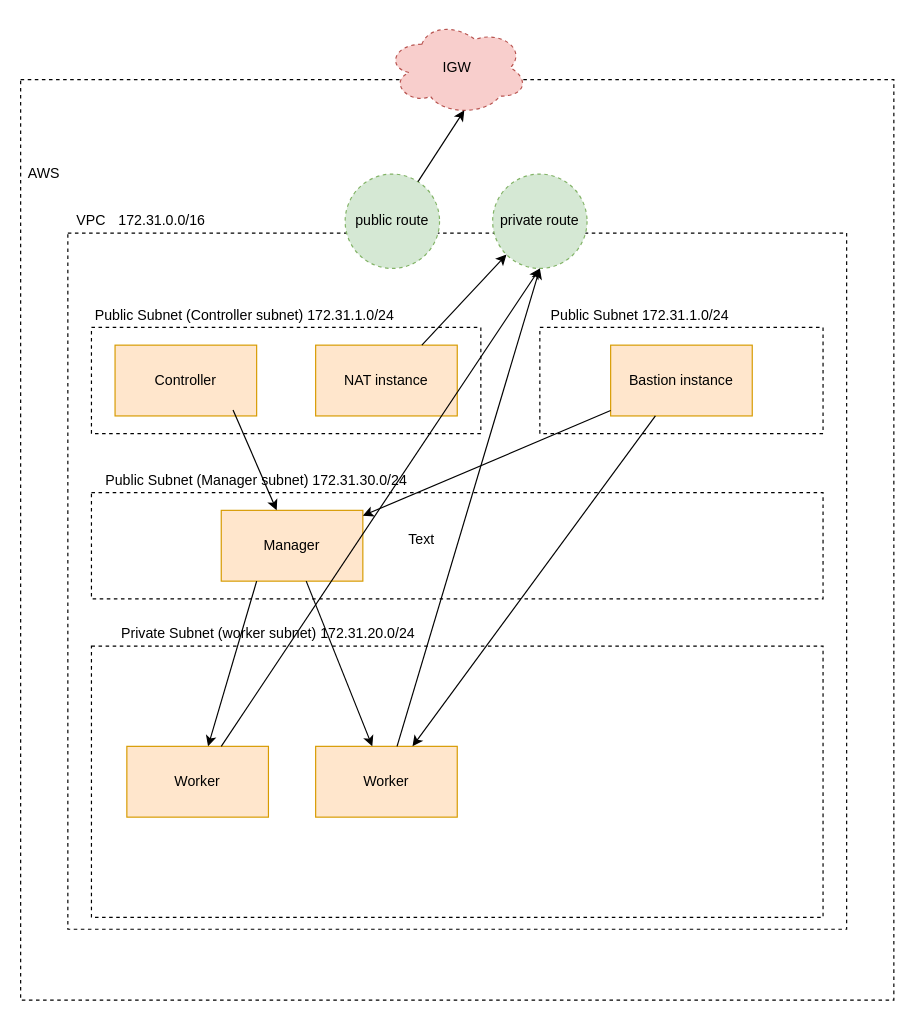
Earlier version of the draw.io diagram images/infrastructure.drawio (thienhaole92/omg_aws_docker_swarm). Source tidied: cells renumbered, new cells numbered last; positions are measured from the earlier drawing's top-left corner, leaving out a move shared by most shapes. Both pictures are drawn from the tidied source at 118%, with x=0, y=0 at pixel (20, 20).
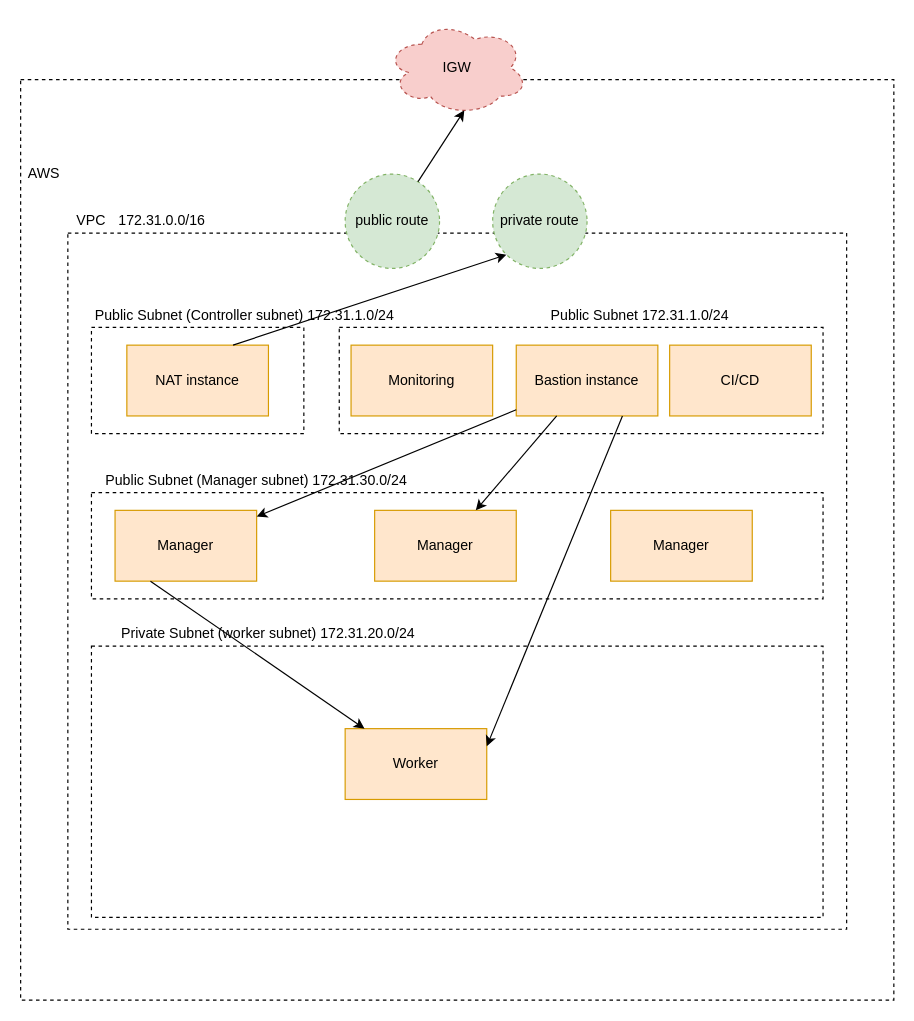
Above is the later version.

Unchanged cells that the change refers to:
```xml
<mxCell id="28" value="private route" style="ellipse;whiteSpace=wrap;html=1;dashed=1;fillColor=#d5e8d4;strokeColor=#82b366;" parent="1" vertex="1">
  <mxGeometry x="400" y="130" width="80" height="80" as="geometry" />
</mxCell>
```

Diff of the diagram source:
```diff
@@
     <mxCell id="4" style="rounded=0;whiteSpace=wrap;html=1;dashed=1;" parent="1" vertex="1">
-      <mxGeometry x="60" y="260" width="330" height="90" as="geometry" />
+      <mxGeometry x="60" y="260" width="180" height="90" as="geometry" />
     </mxCell>
@@
-    <mxCell id="7" value="Controller" style="rounded=0;whiteSpace=wrap;html=1;fillColor=#ffe6cc;strokeColor=#d79b00;" parent="1" vertex="1">
-      <mxGeometry x="80" y="275" width="120" height="60" as="geometry" />
-    </mxCell>
     <mxCell id="8" value="NAT instance" style="rounded=0;whiteSpace=wrap;html=1;fillColor=#ffe6cc;strokeColor=#d79b00;" parent="1" vertex="1">
-      <mxGeometry x="250" y="275" width="120" height="60" as="geometry" />
+      <mxGeometry x="90" y="275" width="120" height="60" as="geometry" />
     </mxCell>
     <mxCell id="9" value="Manager" style="rounded=0;whiteSpace=wrap;html=1;fillColor=#ffe6cc;strokeColor=#d79b00;" parent="1" vertex="1">
-      <mxGeometry x="170" y="415" width="120" height="60" as="geometry" />
+      <mxGeometry x="80" y="415" width="120" height="60" as="geometry" />
     </mxCell>
     <mxCell id="10" value="Worker" style="rounded=0;whiteSpace=wrap;html=1;fillColor=#ffe6cc;strokeColor=#d79b00;" parent="1" vertex="1">
-      <mxGeometry x="90" y="615" width="120" height="60" as="geometry" />
+      <mxGeometry x="275" y="600" width="120" height="60" as="geometry" />
     </mxCell>
-    <mxCell id="11" value="Worker" style="rounded=0;whiteSpace=wrap;html=1;fillColor=#ffe6cc;strokeColor=#d79b00;" parent="1" vertex="1">
-      <mxGeometry x="250" y="615" width="120" height="60" as="geometry" />
+    <mxCell id="11" value="Manager" style="rounded=0;whiteSpace=wrap;html=1;fillColor=#ffe6cc;strokeColor=#d79b00;" parent="1" vertex="1">
+      <mxGeometry x="300" y="415" width="120" height="60" as="geometry" />
     </mxCell>
-    <mxCell id="12" style="endArrow=classic;html=1;" parent="1" edge="1" target="9">
-      <mxGeometry relative="1" as="geometry">
-        <mxPoint x="180" y="330" as="sourcePoint" />
-      </mxGeometry>
-    </mxCell>
-    <mxCell id="13" style="endArrow=classic;html=1;" parent="1" edge="1" source="9" target="11">
-      <mxGeometry relative="1" as="geometry" />
-    </mxCell>
@@
     <mxCell id="19" style="rounded=0;whiteSpace=wrap;html=1;dashed=1;" parent="1" vertex="1">
-      <mxGeometry x="440" y="260" width="240" height="90" as="geometry" />
+      <mxGeometry x="270" y="260" width="410" height="90" as="geometry" />
     </mxCell>
     <mxCell id="20" value="Bastion instance" style="rounded=0;whiteSpace=wrap;html=1;fillColor=#ffe6cc;strokeColor=#d79b00;" parent="1" vertex="1">
-      <mxGeometry x="500" y="275" width="120" height="60" as="geometry" />
+      <mxGeometry x="420" y="275" width="120" height="60" as="geometry" />
     </mxCell>
@@
-    <mxCell id="26" value="Text" style="text;html=1;strokeColor=none;fillColor=none;align=center;verticalAlign=middle;whiteSpace=wrap;rounded=0;dashed=1;" parent="1" vertex="1">
-      <mxGeometry x="320" y="430" width="40" height="20" as="geometry" />
-    </mxCell>
@@
-    <mxCell id="32" style="endArrow=classic;html=1;entryX=0.5;entryY=1;entryDx=0;entryDy=0;" parent="1" edge="1" source="11" target="28">
-      <mxGeometry relative="1" as="geometry" />
-    </mxCell>
-    <mxCell id="33" style="endArrow=classic;html=1;entryX=0.5;entryY=1;entryDx=0;entryDy=0;" parent="1" edge="1" source="10" target="28">
-      <mxGeometry relative="1" as="geometry" />
-    </mxCell>
+    <mxCell id="34" style="endArrow=classic;html=1;entryX=1;entryY=0.25;entryDx=0;entryDy=0;exitX=0.75;exitY=1;exitDx=0;exitDy=0;" parent="1" edge="1" source="20" target="10">
+      <mxGeometry relative="1" as="geometry" />
+    </mxCell>
+    <mxCell id="35" value="Manager" style="rounded=0;whiteSpace=wrap;html=1;fillColor=#ffe6cc;strokeColor=#d79b00;" parent="1" vertex="1">
+      <mxGeometry x="500" y="415" width="120" height="60" as="geometry" />
+    </mxCell>
+    <mxCell id="36" value="Monitoring" style="rounded=0;whiteSpace=wrap;html=1;fillColor=#ffe6cc;strokeColor=#d79b00;" parent="1" vertex="1">
+      <mxGeometry x="280" y="275" width="120" height="60" as="geometry" />
+    </mxCell>
+    <mxCell id="37" value="CI/CD" style="rounded=0;whiteSpace=wrap;html=1;fillColor=#ffe6cc;strokeColor=#d79b00;" parent="1" vertex="1">
+      <mxGeometry x="550" y="275" width="120" height="60" as="geometry" />
+    </mxCell>
```
